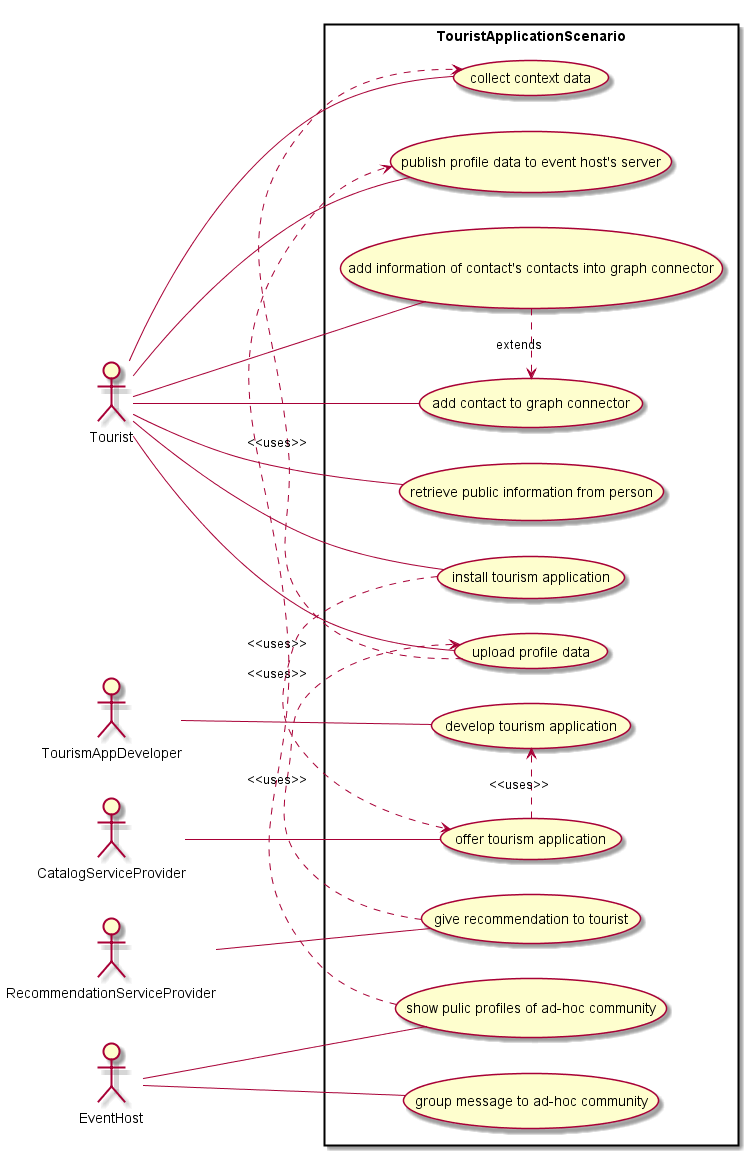
reTHINK-project/scenario-service-implementation keeps this PlantUML diagram as docs/scenarios/tourism-application/TourismScenario.png. Above is the earlier version.
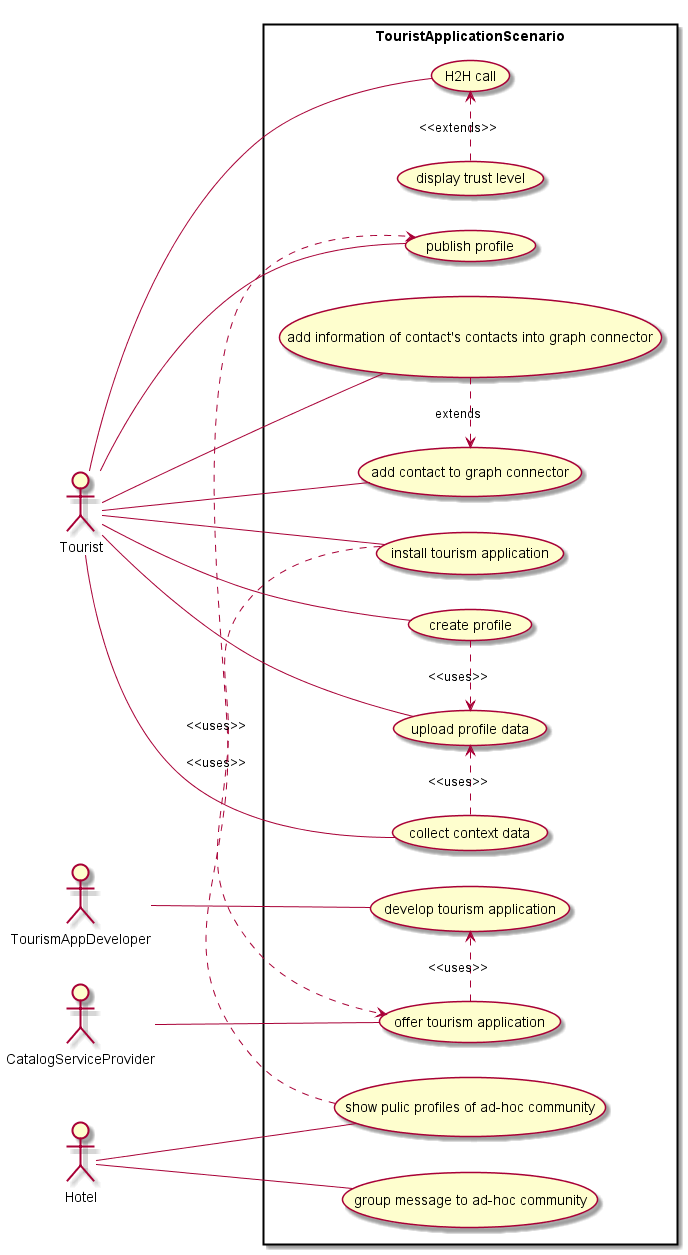
After the commit.

Commit message:
update tourism scenario figures

Diff of the diagram source:
```diff
@@ -6,8 +6,7 @@
 actor Tourist
 actor TourismAppDeveloper
 actor CatalogServiceProvider
-actor RecommendationServiceProvider
-actor EventHost
+actor Hotel
 
 
 rectangle TouristApplicationScenario {
@@ -22,21 +21,23 @@
 
 Tourist -- (install tourism application)
 Tourist -- (collect context data)
-RecommendationServiceProvider -- (give recommendation to tourist)
-(give recommendation to tourist) .> (upload profile data) : <<uses>>
-(upload profile data) .> (collect context data) : <<uses>>
+Tourist -- (create profile)
 Tourist -- (upload profile data)
+(create profile) .> (upload profile data) : <<uses>>
+(collect context data) .> (upload profile data) : <<uses>>
 
 
-Tourist -- (publish profile data to event host's server)
+Tourist -- (publish profile)
 
-EventHost -- (show pulic profiles of ad-hoc community)
-(show pulic profiles of ad-hoc community) .> (publish profile data to event host's server) : <<uses>>
+Tourist -- (H2H call)
+(display trust level) .> (H2H call) : <<extends>>
+
+Hotel -- (show pulic profiles of ad-hoc community)
+(show pulic profiles of ad-hoc community) .> (publish profile) : <<uses>>
 
 
-EventHost -- (group message to ad-hoc community)
+Hotel -- (group message to ad-hoc community)
 
-Tourist -- (retrieve public information from person)
 Tourist -- (add contact to graph connector)
 Tourist -- (add information of contact's contacts into graph connector)
 (add information of contact's contacts into graph connector) .> (add contact to graph connector) : extends
```
